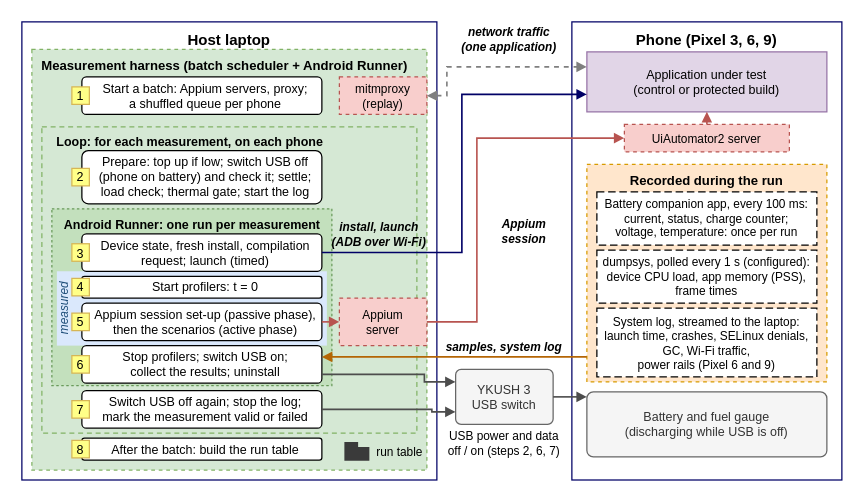
Earlier version of the draw.io diagram 6_results_analysis/figures/figure_execution.drawio (IrenaRistova/android-self-defense-energy). Source tidied: cells renumbered, new cells numbered last; positions are measured from the earlier drawing's top-left corner, leaving out a move shared by most shapes. Both pictures are drawn from the tidied source at 125%, with x=0, y=0 at pixel (21, 21).
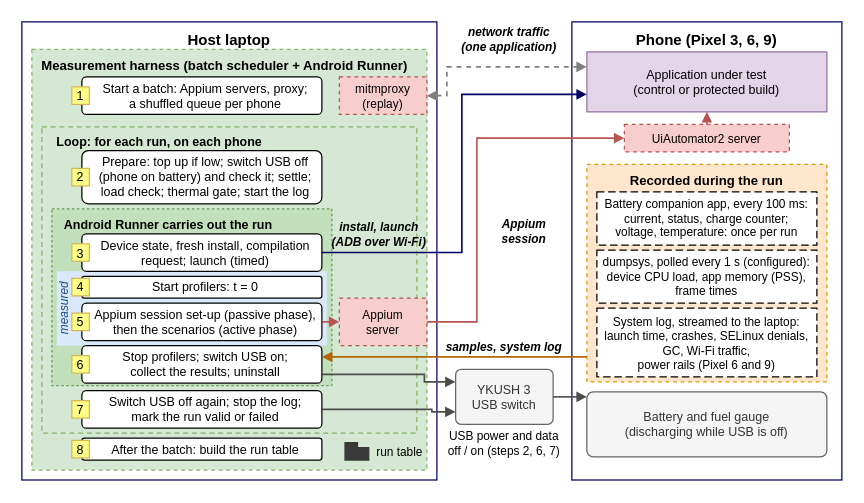
The same page after the edit.

Change to the diagram source:
```diff
@@
-    <mxCell id="4" value="Loop: for each measurement, on each phone" style="whiteSpace=wrap;html=1;fontFamily=Helvetica;rounded=0;fillColor=#d5e8d4;strokeColor=#82b366;dashed=1;dashPattern=4 3;verticalAlign=top;align=left;spacingLeft=10;fontStyle=1;fontSize=10;" parent="1" vertex="1">
+    <mxCell id="4" value="Loop: for each run, on each phone" style="whiteSpace=wrap;html=1;fontFamily=Helvetica;rounded=0;fillColor=#d5e8d4;strokeColor=#82b366;dashed=1;dashPattern=4 3;verticalAlign=top;align=left;spacingLeft=10;fontStyle=1;fontSize=10;" parent="1" vertex="1">
       <mxGeometry x="16" y="84" width="300" height="245" as="geometry" />
     </mxCell>
-    <mxCell id="5" value="Android Runner: one run per measurement" style="whiteSpace=wrap;html=1;fontFamily=Helvetica;rounded=0;fillColor=#c3e0bd;strokeColor=#6a9a5b;dashed=1;dashPattern=2 2;verticalAlign=top;align=left;spacingLeft=8;fontStyle=1;fontSize=10;" parent="1" vertex="1">
+    <mxCell id="5" value="Android Runner carries out the run" style="whiteSpace=wrap;html=1;fontFamily=Helvetica;rounded=0;fillColor=#c3e0bd;strokeColor=#6a9a5b;dashed=1;dashPattern=2 2;verticalAlign=top;align=left;spacingLeft=8;fontStyle=1;fontSize=10;" parent="1" vertex="1">
       <mxGeometry x="24" y="149.5" width="224" height="141.5" as="geometry" />
     </mxCell>
@@
-    <mxCell id="17" value="Switch USB off again; stop the log;&lt;br&gt;mark the measurement valid or failed" style="whiteSpace=wrap;html=1;fontFamily=Helvetica;rounded=1;arcSize=12;fillColor=#ffffff;strokeColor=#000000;fontSize=10;spacingLeft=8;spacingRight=2;" parent="1" vertex="1">
+    <mxCell id="17" value="Switch USB off again; stop the log;&lt;br&gt;mark the run valid or failed" style="whiteSpace=wrap;html=1;fontFamily=Helvetica;rounded=1;arcSize=12;fillColor=#ffffff;strokeColor=#000000;fontSize=10;spacingLeft=8;spacingRight=2;" parent="1" vertex="1">
       <mxGeometry x="48" y="295" width="192" height="30" as="geometry" />
     </mxCell>
```
